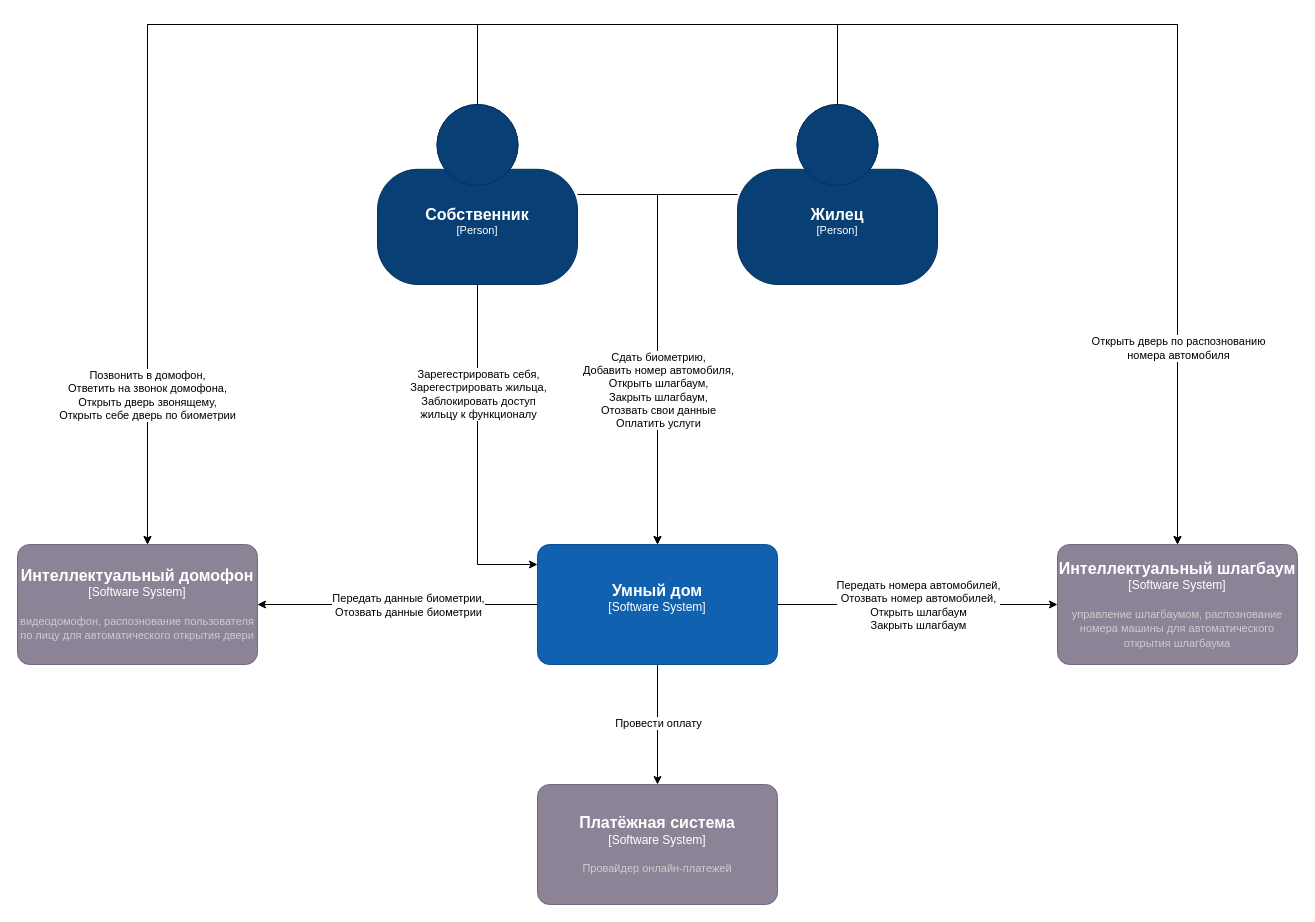
Before: Task3/task3-context.drawio in aipetryakov/architecture-propdevelopment, a draw.io diagram. Source tidied: cells renumbered, new cells numbered last; positions are measured from the earlier drawing's top-left corner, leaving out a move shared by most shapes. Both pictures are drawn from the tidied source at 100%, with x=0, y=0 at pixel (17, 24).
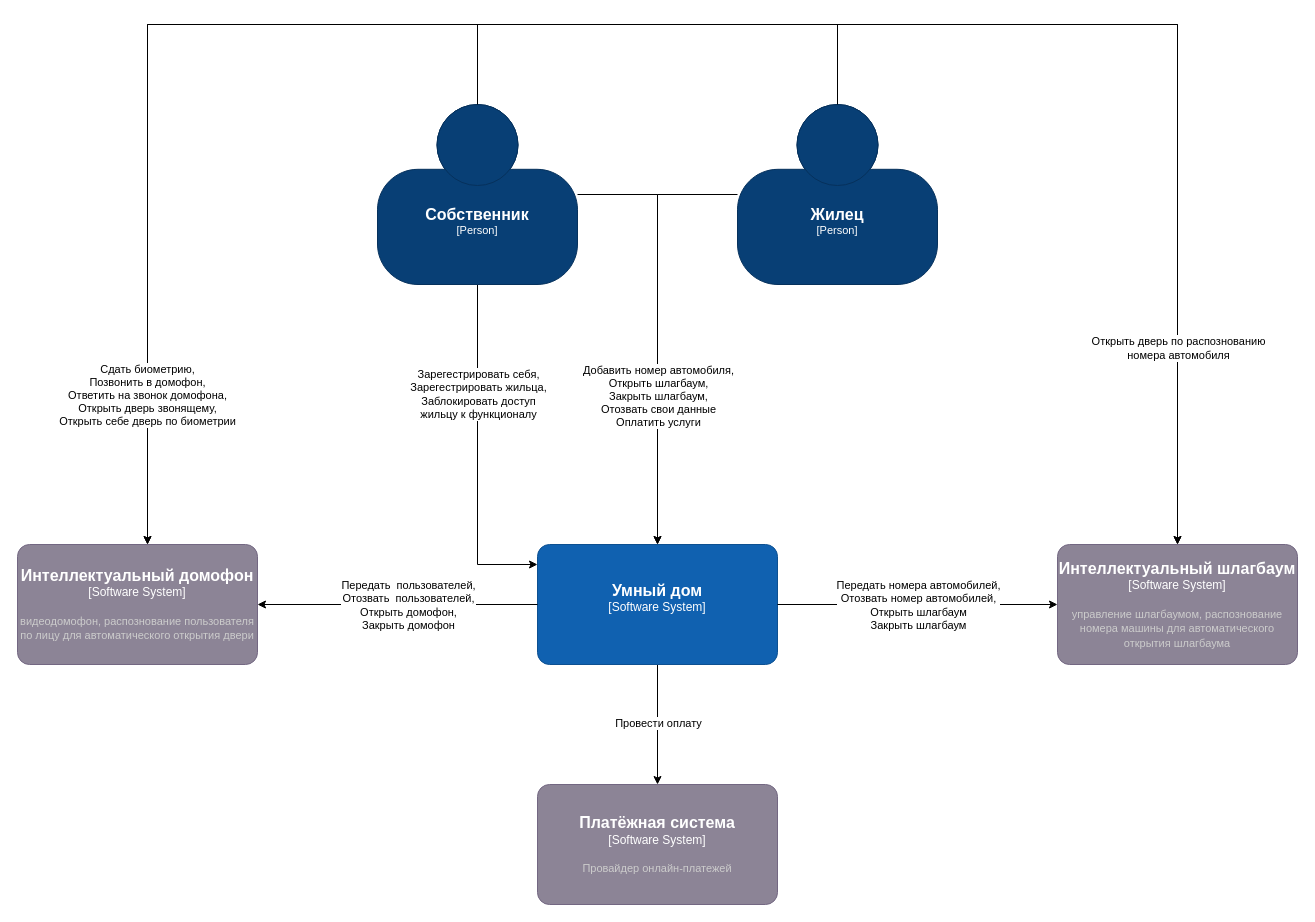
The same page after the edit.

The change refers to these unchanged cells:
```xml
<mxCell id="7" style="edgeStyle=orthogonalEdgeStyle;rounded=0;jettySize=auto;html=1;" parent="1" edge="1" source="4" target="5">
  <mxGeometry relative="1" as="geometry">
    <Array as="points">
      <mxPoint x="210" y="580" />
      <mxPoint x="210" y="580" />
    </Array>
  </mxGeometry>
</mxCell>
<mxCell id="19" style="edgeStyle=orthogonalEdgeStyle;rounded=0;jettySize=auto;html=1;" parent="1" edge="1" source="14" target="4">
  <mxGeometry relative="1" as="geometry">
    <Array as="points">
      <mxPoint x="640" y="360" />
      <mxPoint x="640" y="360" />
    </Array>
  </mxGeometry>
</mxCell>
<mxCell id="22" style="edgeStyle=orthogonalEdgeStyle;rounded=0;jettySize=auto;html=1;" parent="1" edge="1" source="14" target="5">
  <mxGeometry relative="1" as="geometry">
    <Array as="points">
      <mxPoint x="460" />
      <mxPoint x="130" />
    </Array>
  </mxGeometry>
</mxCell>
```

What changed in the source:
```diff
@@
-    <mxCell id="8" value="Передать данные биометрии,&lt;br&gt;Отозвать данные биометрии" style="edgeLabel;html=1;align=center;verticalAlign=middle;" parent="7" vertex="1">
+    <mxCell id="8" value="Передать&amp;nbsp; пользователей,&lt;br&gt;Отозвать&amp;nbsp; пользователей,&lt;br&gt;Открыть домофон,&lt;br&gt;Закрыть домофон" style="edgeLabel;html=1;align=center;verticalAlign=middle;" parent="7" vertex="1">
       <mxGeometry x="-0.29" y="2" relative="1" as="geometry">
         <mxPoint x="-31" y="-2" as="offset" />
       </mxGeometry>
     </mxCell>
@@
-    <mxCell id="20" value="Сдать биометрию,&lt;div&gt;Добавить номер автомобиля,&lt;/div&gt;&lt;div&gt;Открыть шлагбаум,&lt;br&gt;Закрыть шлагбаум,&lt;br&gt;Отозвать свои данные&lt;br&gt;Оплатить услуги&lt;/div&gt;" style="edgeLabel;html=1;align=center;verticalAlign=middle;" parent="19" vertex="1">
+    <mxCell id="20" value="&lt;div&gt;Добавить номер автомобиля,&lt;/div&gt;&lt;div&gt;Открыть шлагбаум,&lt;br&gt;Закрыть шлагбаум,&lt;br&gt;Отозвать свои данные&lt;br&gt;Оплатить услуги&lt;/div&gt;" style="edgeLabel;html=1;align=center;verticalAlign=middle;" parent="19" vertex="1">
       <mxGeometry x="-0.29" y="2" relative="1" as="geometry">
-        <mxPoint x="-2" y="122" as="offset" />
+        <mxPoint x="-2" y="128" as="offset" />
       </mxGeometry>
     </mxCell>
@@
-    <mxCell id="23" value="Позвонить в домофон,&lt;br&gt;Ответить на звонок домофона,&lt;br&gt;Открыть дверь звонящему,&lt;br&gt;Открыть себе дверь по биометрии" style="edgeLabel;html=1;align=center;verticalAlign=middle;labelBackgroundColor=#FFFFFF;" parent="22" vertex="1">
+    <mxCell id="23" value="Сдать биометрию,&lt;br&gt;Позвонить в домофон,&lt;br&gt;Ответить на звонок домофона,&lt;br&gt;Открыть дверь звонящему,&lt;br&gt;Открыть себе дверь по биометрии" style="edgeLabel;html=1;align=center;verticalAlign=middle;labelBackgroundColor=#FFFFFF;" parent="22" vertex="1">
       <mxGeometry x="-0.37" y="-3" relative="1" as="geometry">
         <mxPoint x="-117" y="373" as="offset" />
       </mxGeometry>
     </mxCell>
```
